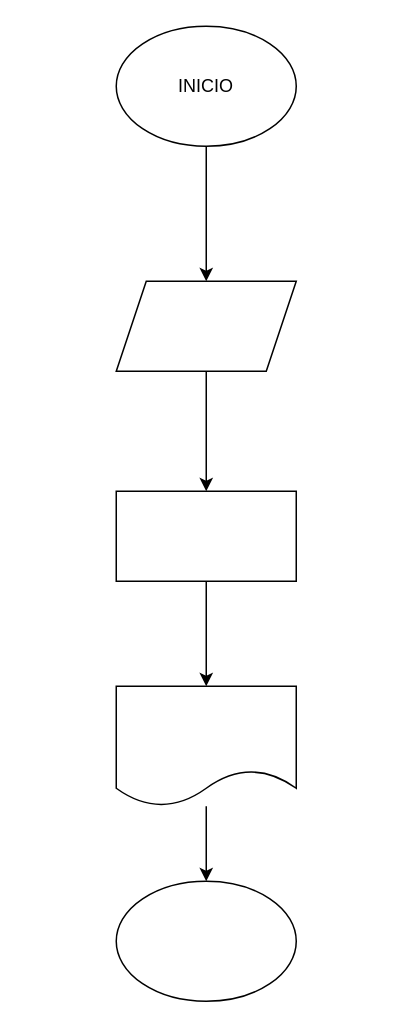
Before: diagrama.drawio in andresgarcia108/invertir_numero_4digitos, a draw.io diagram. Source tidied: cells renumbered, new cells numbered last; positions are measured from the earlier drawing's top-left corner, leaving out a move shared by most shapes. Both pictures are drawn from the tidied source at 150%, with x=0, y=0 at pixel (116, 26).
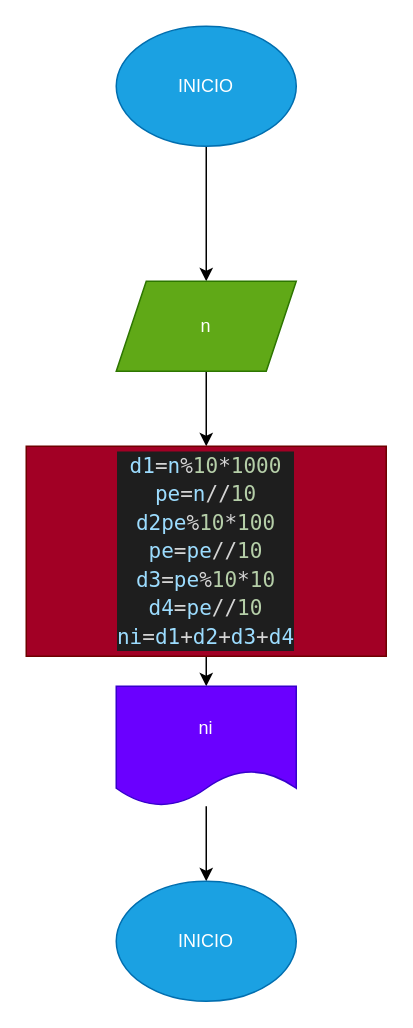
The same page after the edit.

Commit message (it also covers changes not shown here):
Se completó el diagrama de flujo y se agregó al README

What changed in the source:
```diff
@@
 <mxGraphModel>
   <root>
     <mxCell id="0" />
     <mxCell id="1" parent="0" />
     <mxCell id="2" style="edgeStyle=none;html=1;" parent="1" edge="1" source="3" target="5">
       <mxGeometry relative="1" as="geometry" />
     </mxCell>
-    <mxCell id="3" value="INICIO" style="ellipse;whiteSpace=wrap;html=1;" parent="1" vertex="1">
+    <mxCell id="3" value="INICIO" style="ellipse;whiteSpace=wrap;html=1;fillColor=#1ba1e2;fontColor=#ffffff;strokeColor=#006EAF;" parent="1" vertex="1">
       <mxGeometry width="120" height="80" as="geometry" />
     </mxCell>
     <mxCell id="4" style="edgeStyle=none;html=1;" parent="1" edge="1" source="5" target="7">
       <mxGeometry relative="1" as="geometry" />
     </mxCell>
-    <mxCell id="5" style="shape=parallelogram;perimeter=parallelogramPerimeter;whiteSpace=wrap;html=1;fixedSize=1;" parent="1" vertex="1">
+    <mxCell id="5" value="n" style="shape=parallelogram;perimeter=parallelogramPerimeter;whiteSpace=wrap;html=1;fixedSize=1;fillColor=#60a917;fontColor=#ffffff;strokeColor=#2D7600;" parent="1" vertex="1">
       <mxGeometry y="170" width="120" height="60" as="geometry" />
     </mxCell>
     <mxCell id="6" style="edgeStyle=none;html=1;" parent="1" edge="1" source="7" target="9">
       <mxGeometry relative="1" as="geometry" />
     </mxCell>
-    <mxCell id="7" style="whiteSpace=wrap;html=1;" parent="1" vertex="1">
-      <mxGeometry y="310" width="120" height="60" as="geometry" />
+    <mxCell id="7" value="&lt;div style=&quot;color: rgb(212, 212, 212); background-color: rgb(30, 30, 30); font-family: &amp;quot;Droid Sans Mono&amp;quot;, &amp;quot;monospace&amp;quot;, monospace; font-size: 14px; line-height: 19px;&quot;&gt;&lt;span style=&quot;color: #9cdcfe;&quot;&gt;d1&lt;/span&gt;=&lt;span style=&quot;color: #9cdcfe;&quot;&gt;n&lt;/span&gt;%&lt;span style=&quot;color: #b5cea8;&quot;&gt;10&lt;/span&gt;*&lt;span style=&quot;color: #b5cea8;&quot;&gt;1000&lt;/span&gt;&lt;/div&gt;&lt;div style=&quot;color: rgb(212, 212, 212); background-color: rgb(30, 30, 30); font-family: &amp;quot;Droid Sans Mono&amp;quot;, &amp;quot;monospace&amp;quot;, monospace; font-size: 14px; line-height: 19px;&quot;&gt;&lt;div style=&quot;line-height: 19px;&quot;&gt;&lt;span style=&quot;color: #9cdcfe;&quot;&gt;pe&lt;/span&gt;=&lt;span style=&quot;color: #9cdcfe;&quot;&gt;n&lt;/span&gt;//&lt;span style=&quot;color: #b5cea8;&quot;&gt;10&lt;/span&gt;&lt;/div&gt;&lt;div style=&quot;line-height: 19px;&quot;&gt;&lt;div style=&quot;line-height: 19px;&quot;&gt;&lt;span style=&quot;color: #9cdcfe;&quot;&gt;d2&lt;/span&gt;&lt;span style=&quot;color: #9cdcfe;&quot;&gt;pe&lt;/span&gt;%&lt;span style=&quot;color: #b5cea8;&quot;&gt;10&lt;/span&gt;*&lt;span style=&quot;color: #b5cea8;&quot;&gt;100&lt;/span&gt;&lt;/div&gt;&lt;div style=&quot;line-height: 19px;&quot;&gt;&lt;div style=&quot;line-height: 19px;&quot;&gt;&lt;span style=&quot;color: #9cdcfe;&quot;&gt;pe&lt;/span&gt;=&lt;span style=&quot;color: #9cdcfe;&quot;&gt;pe&lt;/span&gt;//&lt;span style=&quot;color: #b5cea8;&quot;&gt;10&lt;/span&gt;&lt;/div&gt;&lt;div style=&quot;line-height: 19px;&quot;&gt;&lt;div style=&quot;line-height: 19px;&quot;&gt;&lt;span style=&quot;color: #9cdcfe;&quot;&gt;d3&lt;/span&gt;=&lt;span style=&quot;color: #9cdcfe;&quot;&gt;pe&lt;/span&gt;%&lt;span style=&quot;color: #b5cea8;&quot;&gt;10&lt;/span&gt;*&lt;span style=&quot;color: #b5cea8;&quot;&gt;10&lt;/span&gt;&lt;/div&gt;&lt;/div&gt;&lt;/div&gt;&lt;div style=&quot;line-height: 19px;&quot;&gt;&lt;div style=&quot;line-height: 19px;&quot;&gt;&lt;span style=&quot;color: #9cdcfe;&quot;&gt;d4&lt;/span&gt;=&lt;span style=&quot;color: #9cdcfe;&quot;&gt;pe&lt;/span&gt;//&lt;span style=&quot;color: #b5cea8;&quot;&gt;10&lt;/span&gt;&lt;/div&gt;&lt;div style=&quot;line-height: 19px;&quot;&gt;&lt;div style=&quot;line-height: 19px;&quot;&gt;&lt;span style=&quot;color: #9cdcfe;&quot;&gt;ni&lt;/span&gt;=&lt;span style=&quot;color: #9cdcfe;&quot;&gt;d1&lt;/span&gt;+&lt;span style=&quot;color: #9cdcfe;&quot;&gt;d2&lt;/span&gt;+&lt;span style=&quot;color: #9cdcfe;&quot;&gt;d3&lt;/span&gt;+&lt;span style=&quot;color: #9cdcfe;&quot;&gt;d4&lt;/span&gt;&lt;/div&gt;&lt;/div&gt;&lt;/div&gt;&lt;/div&gt;&lt;/div&gt;" style="whiteSpace=wrap;html=1;fillColor=#a20025;fontColor=#ffffff;strokeColor=#6F0000;" parent="1" vertex="1">
+      <mxGeometry x="-60" y="280" width="240" height="140" as="geometry" />
     </mxCell>
     <mxCell id="8" style="edgeStyle=none;html=1;" parent="1" edge="1" source="9" target="10">
       <mxGeometry relative="1" as="geometry" />
     </mxCell>
-    <mxCell id="9" style="shape=document;whiteSpace=wrap;html=1;boundedLbl=1;" parent="1" vertex="1">
+    <mxCell id="9" value="ni" style="shape=document;whiteSpace=wrap;html=1;boundedLbl=1;fillColor=#6a00ff;fontColor=#ffffff;strokeColor=#3700CC;" parent="1" vertex="1">
       <mxGeometry y="440" width="120" height="80" as="geometry" />
     </mxCell>
-    <mxCell id="10" style="ellipse;whiteSpace=wrap;html=1;" parent="1" vertex="1">
+    <mxCell id="10" value="INICIO" style="ellipse;whiteSpace=wrap;html=1;fillColor=#1ba1e2;fontColor=#ffffff;strokeColor=#006EAF;" parent="1" vertex="1">
       <mxGeometry y="570" width="120" height="80" as="geometry" />
     </mxCell>
   </root>
 </mxGraphModel>
```
